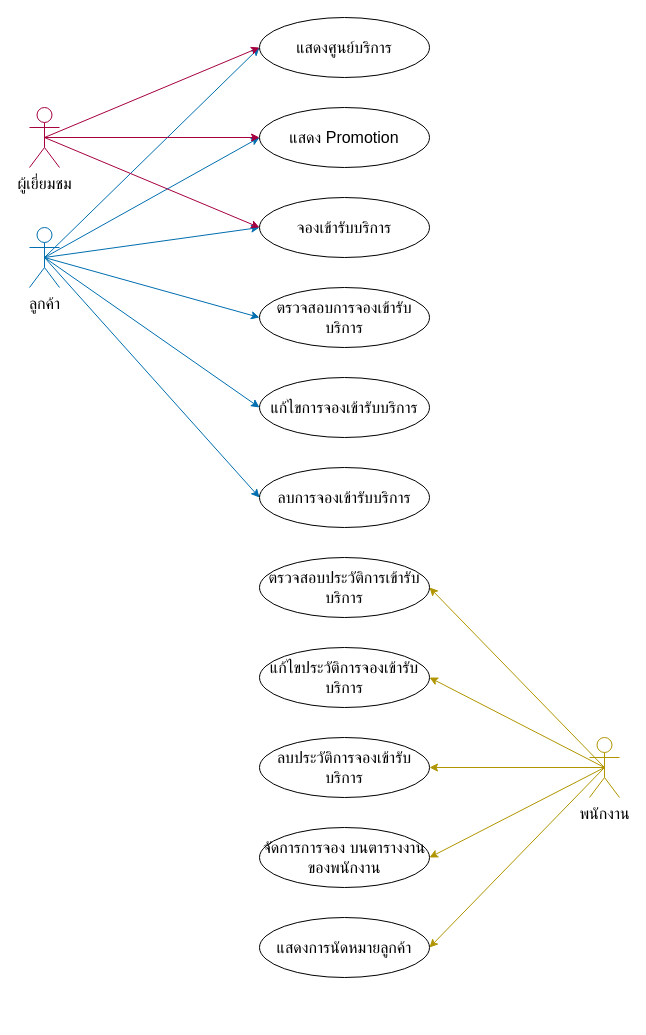
Earlier version of the draw.io diagram test.drawio (nuannim/tyre-out). Source tidied: cells renumbered, new cells numbered last; positions are measured from the earlier drawing's top-left corner, leaving out a move shared by most shapes. Both pictures are drawn from the tidied source at 100%, with x=0, y=0 at pixel (29, 17).
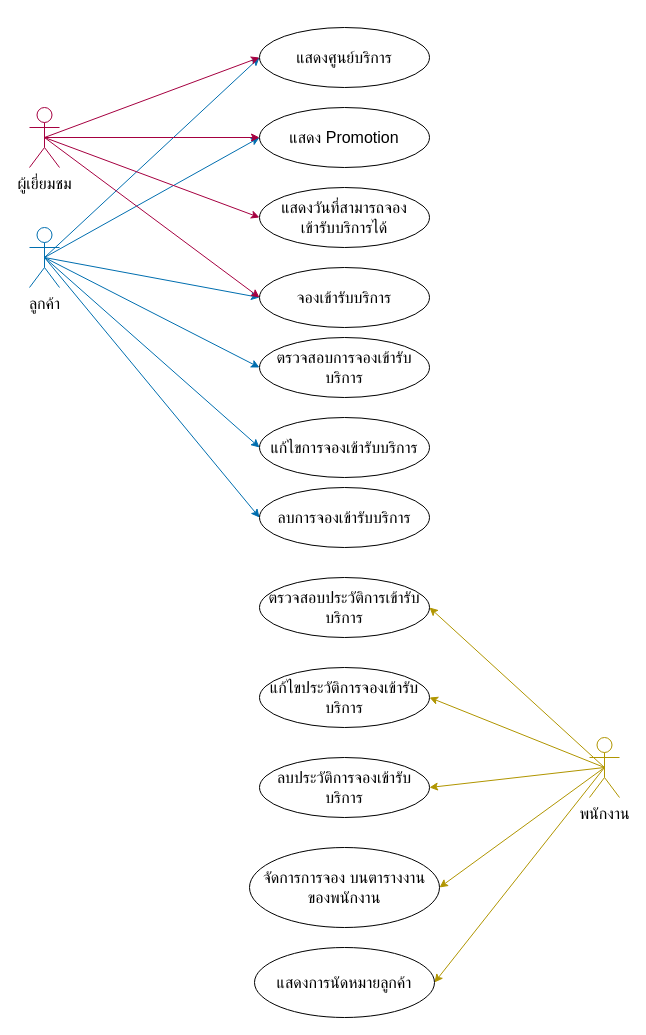
The same diagram, later.

The change refers to these unchanged cells:
```xml
<mxCell id="12" value="ผู้เยี่ยมชม" style="shape=umlActor;verticalLabelPosition=bottom;verticalAlign=top;html=1;outlineConnect=0;fillColor=none;fontColor=#000000;strokeColor=#A50040;fontFamily=th sarabunPSK;fontSize=16;rounded=1;" parent="1" vertex="1">
  <mxGeometry y="90" width="30" height="60" as="geometry" />
</mxCell>
```

Diff of the diagram source:
```diff
@@
+    <mxCell id="30" style="edgeStyle=none;html=1;exitX=0.5;exitY=0.5;exitDx=0;exitDy=0;exitPerimeter=0;entryX=0;entryY=0.5;entryDx=0;entryDy=0;fillColor=#d80073;strokeColor=#A50040;" parent="1" edge="1" source="12" target="31">
+      <mxGeometry relative="1" as="geometry" />
+    </mxCell>
@@
     <mxCell id="19" value="จองเข้ารับบริการ" style="ellipse;whiteSpace=wrap;html=1;fontFamily=th sarabunPSK;fontSize=16;rounded=1;" parent="1" vertex="1">
-      <mxGeometry x="230" y="180" width="170" height="60" as="geometry" />
+      <mxGeometry x="230" y="250" width="170" height="60" as="geometry" />
     </mxCell>
     <mxCell id="20" value="ตรวจสอบการจองเข้ารับบริการ" style="ellipse;whiteSpace=wrap;html=1;fontFamily=th sarabunPSK;fontSize=16;rounded=1;" parent="1" vertex="1">
-      <mxGeometry x="230" y="270" width="170" height="60" as="geometry" />
+      <mxGeometry x="230" y="320" width="170" height="60" as="geometry" />
     </mxCell>
     <mxCell id="21" value="แก้ไขการจองเข้ารับบริการ" style="ellipse;whiteSpace=wrap;html=1;fontFamily=th sarabunPSK;fontSize=16;rounded=1;" parent="1" vertex="1">
-      <mxGeometry x="230" y="360" width="170" height="60" as="geometry" />
+      <mxGeometry x="230" y="400" width="170" height="60" as="geometry" />
     </mxCell>
     <mxCell id="22" value="ลบการจองเข้ารับบริการ" style="ellipse;whiteSpace=wrap;html=1;fontFamily=th sarabunPSK;fontSize=16;rounded=1;" parent="1" vertex="1">
-      <mxGeometry x="230" y="450" width="170" height="60" as="geometry" />
+      <mxGeometry x="230" y="470" width="170" height="60" as="geometry" />
     </mxCell>
     <mxCell id="23" value="ตรวจสอบประวัติการเข้ารับบริการ" style="ellipse;whiteSpace=wrap;html=1;fontFamily=th sarabunPSK;fontSize=16;rounded=1;" parent="1" vertex="1">
-      <mxGeometry x="230" y="540" width="170" height="60" as="geometry" />
+      <mxGeometry x="230" y="560" width="170" height="60" as="geometry" />
     </mxCell>
     <mxCell id="24" value="แก้ไขประวัติการจองเข้ารับบริการ" style="ellipse;whiteSpace=wrap;html=1;fontFamily=th sarabunPSK;fontSize=16;rounded=1;" parent="1" vertex="1">
-      <mxGeometry x="230" y="630" width="170" height="60" as="geometry" />
+      <mxGeometry x="230" y="650" width="170" height="60" as="geometry" />
     </mxCell>
     <mxCell id="25" value="ลบประวัติการจองเข้ารับบริการ" style="ellipse;whiteSpace=wrap;html=1;fontFamily=th sarabunPSK;fontSize=16;rounded=1;" parent="1" vertex="1">
-      <mxGeometry x="230" y="720" width="170" height="60" as="geometry" />
+      <mxGeometry x="230" y="740" width="170" height="60" as="geometry" />
     </mxCell>
     <mxCell id="26" value="จัดการการจอง บนตารางงาน&lt;br style=&quot;font-size: 16px;&quot;&gt;ของพนักงาน" style="ellipse;whiteSpace=wrap;html=1;fontFamily=th sarabunPSK;fontSize=16;rounded=1;" parent="1" vertex="1">
-      <mxGeometry x="230" y="810" width="170" height="60" as="geometry" />
+      <mxGeometry x="220" y="830" width="190" height="80" as="geometry" />
     </mxCell>
     <mxCell id="27" value="แสดงการนัดหมายลูกค้า" style="ellipse;whiteSpace=wrap;html=1;fontFamily=th sarabunPSK;fontSize=16;rounded=1;" parent="1" vertex="1">
-      <mxGeometry x="230" y="900" width="170" height="60" as="geometry" />
+      <mxGeometry x="225" y="930" width="180" height="70" as="geometry" />
     </mxCell>
     <mxCell id="28" value="แสดงศูนย์บริการ" style="ellipse;whiteSpace=wrap;html=1;fontFamily=th sarabunPSK;fontSize=16;rounded=1;" parent="1" vertex="1">
-      <mxGeometry x="230" width="170" height="60" as="geometry" />
+      <mxGeometry x="230" y="10" width="170" height="60" as="geometry" />
     </mxCell>
@@
+    <mxCell id="31" value="แสดงวันที่สามารถจอง&lt;br&gt;เข้ารับบริการได้" style="ellipse;whiteSpace=wrap;html=1;fontFamily=th sarabunPSK;fontSize=16;rounded=1;" parent="1" vertex="1">
+      <mxGeometry x="230" y="170" width="170" height="60" as="geometry" />
+    </mxCell>
```
